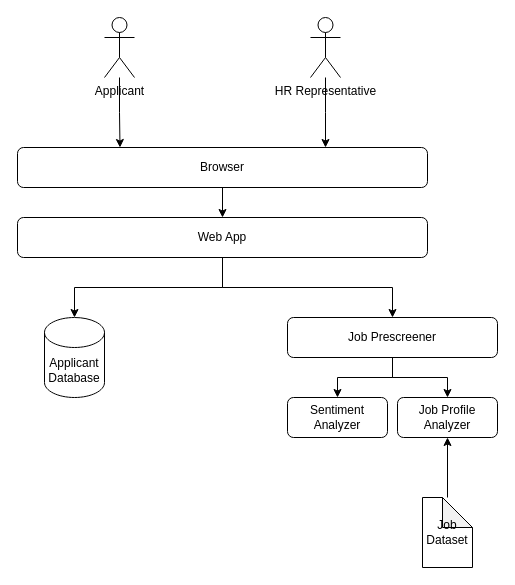
This is page "Architecture" (1 of 3) of FinalProject/AIT-590 Architecture Diagram.drawio from fernakano/gmu-ait-590, a draw.io file, before an edit. Source tidied: cells renumbered, new cells numbered last; positions are measured from the earlier drawing's top-left corner, leaving out a move shared by most shapes. Both pictures are drawn from the tidied source at 100%, with x=0, y=0 at pixel (17, 17).
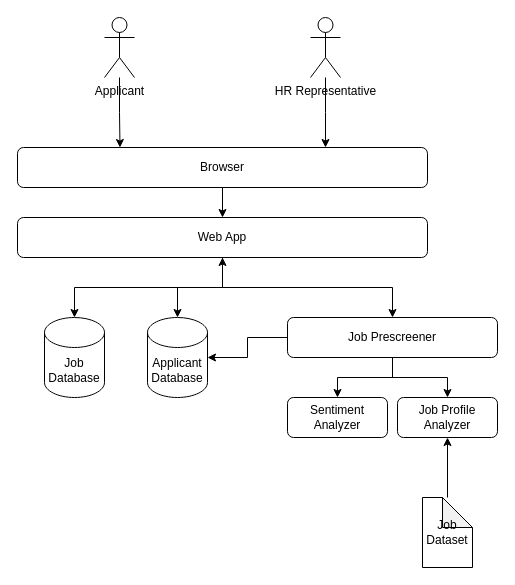
The same diagram, later.

Unchanged cells that the change refers to:
```xml
<mxCell id="10" value="Web App" style="rounded=1;whiteSpace=wrap;html=1;" parent="1" vertex="1">
  <mxGeometry y="200" width="410" height="40" as="geometry" />
</mxCell>
<mxCell id="13" value="Job Prescreener" style="rounded=1;whiteSpace=wrap;html=1;" parent="1" vertex="1">
  <mxGeometry x="270" y="300" width="210" height="40" as="geometry" />
</mxCell>
```

The edit, as a diff of the source:
```diff
@@
+    <mxCell id="19" style="edgeStyle=orthogonalEdgeStyle;rounded=0;jettySize=auto;html=1;entryX=1;entryY=0.5;entryDx=0;entryDy=0;entryPerimeter=0;" parent="1" edge="1" source="13" target="21">
+      <mxGeometry relative="1" as="geometry" />
+    </mxCell>
@@
-    <mxCell id="16" value="Applicant Database" style="shape=cylinder3;whiteSpace=wrap;html=1;boundedLbl=1;backgroundOutline=1;size=15;" parent="1" vertex="1">
+    <mxCell id="16" value="Job Database" style="shape=cylinder3;whiteSpace=wrap;html=1;boundedLbl=1;backgroundOutline=1;size=15;" parent="1" vertex="1">
       <mxGeometry x="27" y="300" width="60" height="80" as="geometry" />
     </mxCell>
@@
+    <mxCell id="20" style="edgeStyle=orthogonalEdgeStyle;rounded=0;jettySize=auto;html=1;startArrow=classic;startFill=1;" parent="1" edge="1" source="21" target="10">
+      <mxGeometry relative="1" as="geometry" />
+    </mxCell>
+    <mxCell id="21" value="Applicant Database" style="shape=cylinder3;whiteSpace=wrap;html=1;boundedLbl=1;backgroundOutline=1;size=15;" parent="1" vertex="1">
+      <mxGeometry x="130" y="300" width="60" height="80" as="geometry" />
+    </mxCell>
```
